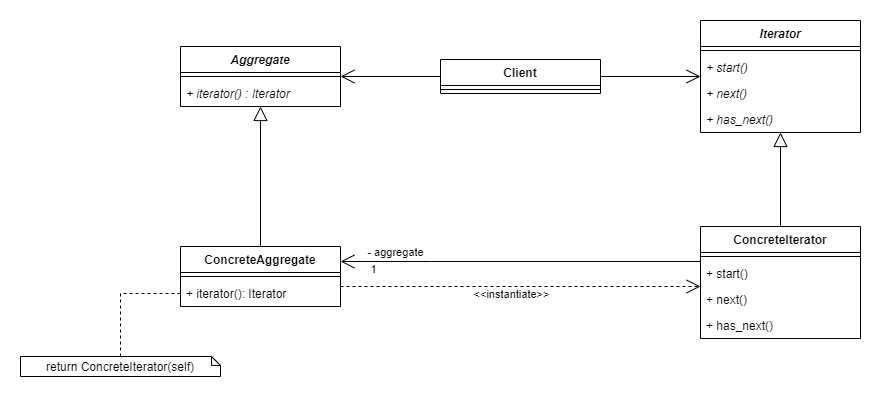
apulps/Design-Patterns keeps this draw.io diagram as uml/iterator.png. Above is the earlier version. Source tidied: cells renumbered, new cells last; positions are measured from the earlier drawing's top-left corner, leaving out a move shared by most shapes.
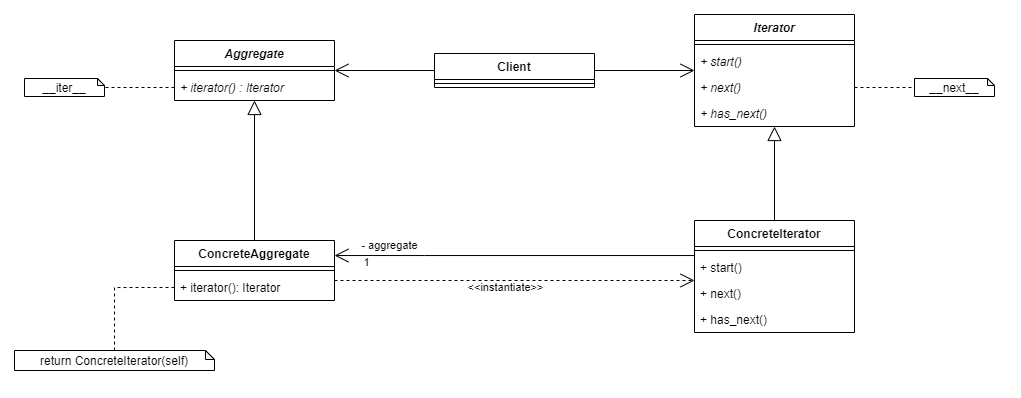
After the change.

What changed in the source:
```diff
@@ -105,5 +105,17 @@
     <mxCell id="30" value="+ has_next()" style="text;strokeColor=none;fillColor=none;align=left;verticalAlign=top;spacingLeft=4;spacingRight=4;overflow=hidden;" parent="26" vertex="1">
       <mxGeometry y="86" width="160" height="26" as="geometry" />
     </mxCell>
+    <mxCell id="31" value="__next__" style="shape=note;whiteSpace=wrap;html=1;backgroundOutline=1;darkOpacity=0.05;size=7;" parent="1" vertex="1">
+      <mxGeometry x="900" y="64" width="80" height="18" as="geometry" />
+    </mxCell>
+    <mxCell id="32" style="edgeStyle=orthogonalEdgeStyle;rounded=0;jettySize=auto;html=1;exitX=1;exitY=0.5;exitDx=0;exitDy=0;endArrow=none;endFill=0;dashed=1;" parent="1" edge="1" source="22" target="31">
+      <mxGeometry relative="1" as="geometry" />
+    </mxCell>
+    <mxCell id="33" value="__iter__" style="shape=note;whiteSpace=wrap;html=1;backgroundOutline=1;darkOpacity=0.05;size=7;" parent="1" vertex="1">
+      <mxGeometry x="10" y="64" width="80" height="18" as="geometry" />
+    </mxCell>
+    <mxCell id="34" style="edgeStyle=orthogonalEdgeStyle;rounded=0;jettySize=auto;html=1;exitX=0;exitY=0.5;exitDx=0;exitDy=0;dashed=1;endArrow=none;endFill=0;" parent="1" edge="1" source="5" target="33">
+      <mxGeometry relative="1" as="geometry" />
+    </mxCell>
   </root>
 </mxGraphModel>
```
